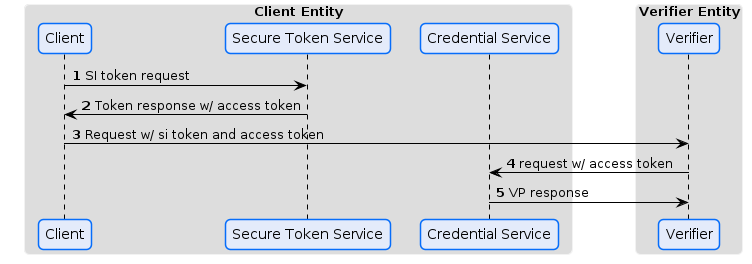
The PlantUML diagram specifications/auth.flow.png in eclipse-dataspace-dcp/decentralized-claims-protocol, before a commit. Its source is kept beside it as specifications/auth.flow.puml.
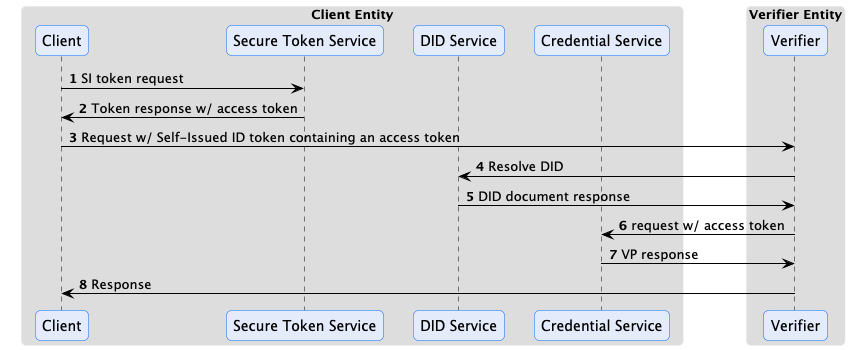
Above is the later version.

The edit, as a diff of the source:
```diff
@@ -8,6 +8,7 @@
 box "Client Entity"
 participant "Client" as C
 participant "Secure Token Service" as STS
+participant "DID Service" as DS
 participant "Credential Service" as CS
 end box
 
@@ -18,7 +19,10 @@
 C -> STS: SI token request
 STS -> C: Token response w/ access token
 
-C-> V: Request w/ si token and access token
-V-> CS: request w/ access token
+C -> V: Request w/ Self-Issued ID token containing an access token
+DS <- V: Resolve DID
+DS -> V: DID document response
+CS <- V: request w/ access token
 CS ->V: VP response
+C <- V: Response
 @enduml
```
